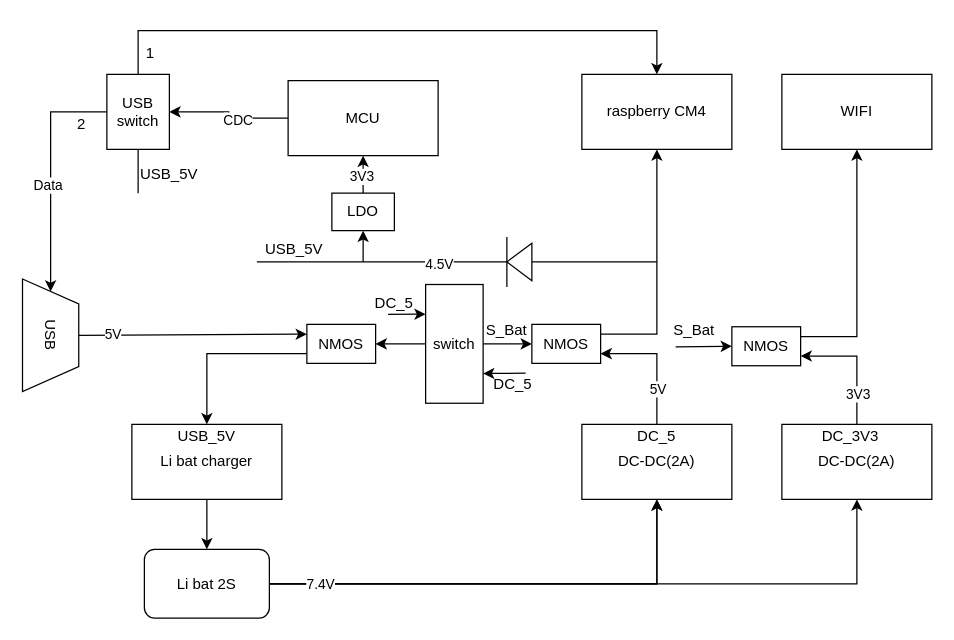
This is page "第 1 页" (1 of 2) of src/usb_power.drawio from colourfate/Blog, a draw.io file, before an edit. Source tidied: cells renumbered, new cells numbered last; positions are measured from the earlier drawing's top-left corner, leaving out a move shared by most shapes. Both pictures are drawn from the tidied source at 125%, with x=0, y=0 at pixel (-6, 30).
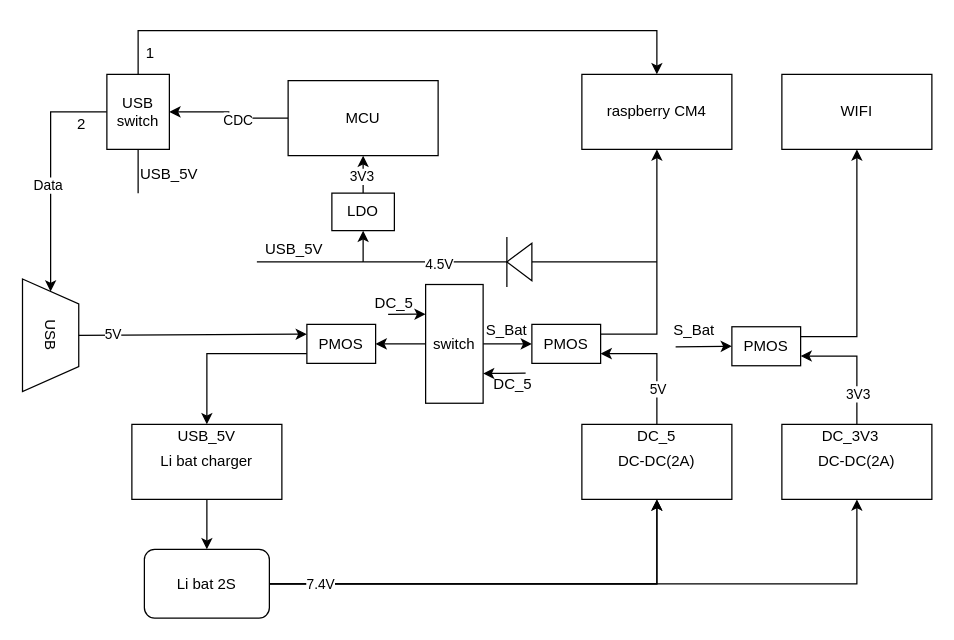
Above is the later version.

Diff of the diagram source:
```diff
@@
-    <mxCell id="34" value="NMOS" style="rounded=0;whiteSpace=wrap;html=1;" parent="1" vertex="1">
+    <mxCell id="34" value="PMOS" style="rounded=0;whiteSpace=wrap;html=1;" parent="1" vertex="1">
       <mxGeometry x="250" y="235" width="55" height="31.2" as="geometry" />
     </mxCell>
@@
-    <mxCell id="36" value="NMOS" style="rounded=0;whiteSpace=wrap;html=1;" parent="1" vertex="1">
+    <mxCell id="36" value="PMOS" style="rounded=0;whiteSpace=wrap;html=1;" parent="1" vertex="1">
       <mxGeometry x="430" y="235" width="55" height="31.2" as="geometry" />
     </mxCell>
@@
-    <mxCell id="43" value="NMOS" style="rounded=0;whiteSpace=wrap;html=1;" parent="1" vertex="1">
+    <mxCell id="43" value="PMOS" style="rounded=0;whiteSpace=wrap;html=1;" parent="1" vertex="1">
       <mxGeometry x="590" y="236.9" width="55" height="31.2" as="geometry" />
     </mxCell>
```
